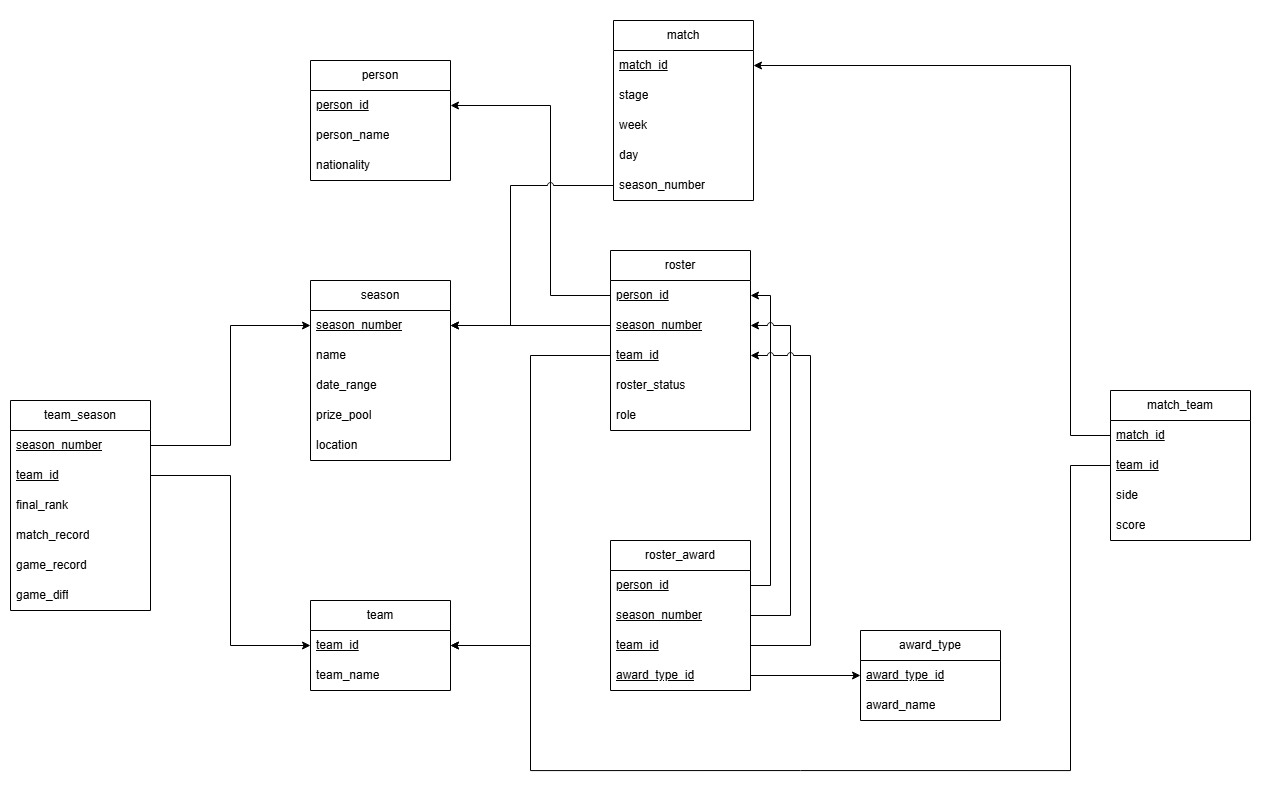
This is Data Storing/design/MPL Database-Model Relasional.png from fawwazazam/TUGAS_SELEKSI_1_13524070, a draw.io export, as it was before one commit. Source tidied: cells renumbered, new cells last; positions are measured from the earlier drawing's top-left corner, leaving out a move shared by most shapes.
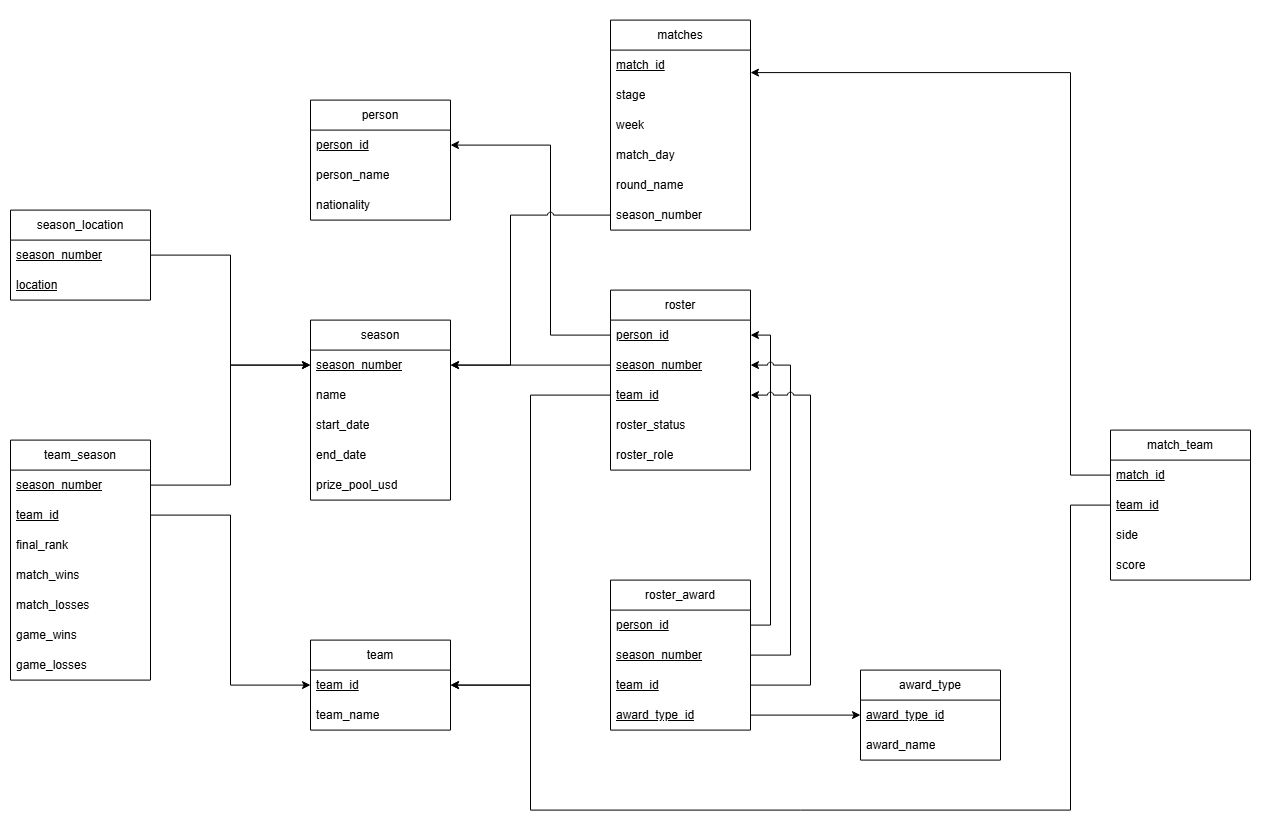
Later version of the same file.

Commit message:
fix: fix ER and relational model diagram

The edit, as a diff of the source:
```diff
@@ -3,13 +3,13 @@
     <mxCell id="0" />
     <mxCell id="1" parent="0" />
     <mxCell id="2" style="group;" parent="1" vertex="1">
-      <mxGeometry x="593" width="160" height="200" as="geometry" />
+      <mxGeometry x="590" y="-40" width="160" height="200" as="geometry" />
     </mxCell>
     <mxCell id="3" style="group;" parent="2" vertex="1">
       <mxGeometry x="10" y="10" width="140" height="180" as="geometry" />
     </mxCell>
-    <mxCell id="4" value="match" style="swimlane;fontStyle=0;horizontal=1;startSize=30;whiteSpace=wrap;html=1;" parent="3" vertex="1">
-      <mxGeometry width="140" height="180" as="geometry" />
+    <mxCell id="4" value="matches" style="swimlane;fontStyle=0;horizontal=1;startSize=30;whiteSpace=wrap;html=1;" parent="3" vertex="1">
+      <mxGeometry width="140" height="210" as="geometry" />
     </mxCell>
     <mxCell id="5" value="&lt;u&gt;match_id&lt;/u&gt;" style="text;strokeColor=none;fillColor=none;align=left;verticalAlign=middle;spacingLeft=4;spacingRight=4;overflow=hidden;whiteSpace=wrap;html=1;" parent="4" vertex="1">
       <mxGeometry y="30" width="140" height="30" as="geometry" />
@@ -20,12 +20,15 @@
     <mxCell id="7" value="week" style="text;strokeColor=none;fillColor=none;align=left;verticalAlign=middle;spacingLeft=4;spacingRight=4;overflow=hidden;whiteSpace=wrap;html=1;" parent="4" vertex="1">
       <mxGeometry y="90" width="140" height="30" as="geometry" />
     </mxCell>
-    <mxCell id="8" value="day" style="text;strokeColor=none;fillColor=none;align=left;verticalAlign=middle;spacingLeft=4;spacingRight=4;overflow=hidden;whiteSpace=wrap;html=1;" parent="4" vertex="1">
+    <mxCell id="8" value="match_day" style="text;strokeColor=none;fillColor=none;align=left;verticalAlign=middle;spacingLeft=4;spacingRight=4;overflow=hidden;whiteSpace=wrap;html=1;" parent="4" vertex="1">
       <mxGeometry y="120" width="140" height="30" as="geometry" />
     </mxCell>
-    <mxCell id="9" value="season_number" style="text;strokeColor=none;fillColor=none;align=left;verticalAlign=middle;spacingLeft=4;spacingRight=4;overflow=hidden;points=[[0,0.5],[1,0.5]];portConstraint=eastwest;whiteSpace=wrap;html=1;" parent="4" vertex="1">
+    <mxCell id="9" value="round_name" style="text;strokeColor=none;fillColor=none;align=left;verticalAlign=middle;spacingLeft=4;spacingRight=4;overflow=hidden;points=[[0,0.5],[1,0.5]];portConstraint=eastwest;whiteSpace=wrap;html=1;" parent="4" vertex="1">
       <mxGeometry y="150" width="140" height="30" as="geometry" />
     </mxCell>
+    <mxCell id="61" value="season_number" style="text;strokeColor=none;fillColor=none;align=left;verticalAlign=middle;spacingLeft=4;spacingRight=4;overflow=hidden;points=[[0,0.5],[1,0.5]];portConstraint=eastwest;whiteSpace=wrap;html=1;" parent="4" vertex="1">
+      <mxGeometry y="180" width="140" height="30" as="geometry" />
+    </mxCell>
     <mxCell id="10" value="award_type" style="swimlane;fontStyle=0;horizontal=1;startSize=30;whiteSpace=wrap;html=1;" parent="1" vertex="1">
       <mxGeometry x="850" y="620" width="140" height="90" as="geometry" />
     </mxCell>
@@ -44,13 +47,13 @@
     <mxCell id="15" value="name" style="text;strokeColor=none;fillColor=none;align=left;verticalAlign=middle;spacingLeft=4;spacingRight=4;overflow=hidden;whiteSpace=wrap;html=1;" parent="13" vertex="1">
       <mxGeometry y="60" width="140" height="30" as="geometry" />
     </mxCell>
-    <mxCell id="16" value="date_range" style="text;strokeColor=none;fillColor=none;align=left;verticalAlign=middle;spacingLeft=4;spacingRight=4;overflow=hidden;whiteSpace=wrap;html=1;" parent="13" vertex="1">
+    <mxCell id="16" value="start_date" style="text;strokeColor=none;fillColor=none;align=left;verticalAlign=middle;spacingLeft=4;spacingRight=4;overflow=hidden;whiteSpace=wrap;html=1;" parent="13" vertex="1">
       <mxGeometry y="90" width="140" height="30" as="geometry" />
     </mxCell>
-    <mxCell id="17" value="prize_pool" style="text;strokeColor=none;fillColor=none;align=left;verticalAlign=middle;spacingLeft=4;spacingRight=4;overflow=hidden;whiteSpace=wrap;html=1;" parent="13" vertex="1">
+    <mxCell id="17" value="end_date" style="text;strokeColor=none;fillColor=none;align=left;verticalAlign=middle;spacingLeft=4;spacingRight=4;overflow=hidden;whiteSpace=wrap;html=1;" parent="13" vertex="1">
       <mxGeometry y="120" width="140" height="30" as="geometry" />
     </mxCell>
-    <mxCell id="18" value="location" style="text;strokeColor=none;fillColor=none;align=left;verticalAlign=middle;spacingLeft=4;spacingRight=4;overflow=hidden;whiteSpace=wrap;html=1;" parent="13" vertex="1">
+    <mxCell id="18" value="prize_pool_usd" style="text;strokeColor=none;fillColor=none;align=left;verticalAlign=middle;spacingLeft=4;spacingRight=4;overflow=hidden;whiteSpace=wrap;html=1;" parent="13" vertex="1">
       <mxGeometry y="150" width="140" height="30" as="geometry" />
     </mxCell>
     <mxCell id="19" value="team" style="swimlane;fontStyle=0;horizontal=1;startSize=30;whiteSpace=wrap;html=1;" parent="1" vertex="1">
@@ -78,7 +81,7 @@
       <mxGeometry relative="1" as="geometry" />
     </mxCell>
     <mxCell id="27" value="team_season" style="swimlane;fontStyle=0;horizontal=1;startSize=30;whiteSpace=wrap;html=1;" parent="1" vertex="1">
-      <mxGeometry y="390" width="140" height="210" as="geometry" />
+      <mxGeometry y="390" width="140" height="240" as="geometry" />
     </mxCell>
     <mxCell id="28" value="&lt;u&gt;season_number&lt;/u&gt;" style="text;strokeColor=none;fillColor=none;align=left;verticalAlign=middle;spacingLeft=4;spacingRight=4;overflow=hidden;points=[[0,0.5],[1,0.5]];portConstraint=eastwest;whiteSpace=wrap;html=1;" parent="27" vertex="1">
       <mxGeometry y="30" width="140" height="30" as="geometry" />
@@ -89,15 +92,18 @@
     <mxCell id="30" value="final_rank" style="text;strokeColor=none;fillColor=none;align=left;verticalAlign=middle;spacingLeft=4;spacingRight=4;overflow=hidden;whiteSpace=wrap;html=1;" parent="27" vertex="1">
       <mxGeometry y="90" width="140" height="30" as="geometry" />
     </mxCell>
-    <mxCell id="31" value="match_record" style="text;strokeColor=none;fillColor=none;align=left;verticalAlign=middle;spacingLeft=4;spacingRight=4;overflow=hidden;whiteSpace=wrap;html=1;" parent="27" vertex="1">
+    <mxCell id="31" value="match_wins" style="text;strokeColor=none;fillColor=none;align=left;verticalAlign=middle;spacingLeft=4;spacingRight=4;overflow=hidden;whiteSpace=wrap;html=1;" parent="27" vertex="1">
       <mxGeometry y="120" width="140" height="30" as="geometry" />
     </mxCell>
-    <mxCell id="32" value="game_record" style="text;strokeColor=none;fillColor=none;align=left;verticalAlign=middle;spacingLeft=4;spacingRight=4;overflow=hidden;whiteSpace=wrap;html=1;" parent="27" vertex="1">
+    <mxCell id="32" value="match_losses" style="text;strokeColor=none;fillColor=none;align=left;verticalAlign=middle;spacingLeft=4;spacingRight=4;overflow=hidden;whiteSpace=wrap;html=1;" parent="27" vertex="1">
       <mxGeometry y="150" width="140" height="30" as="geometry" />
     </mxCell>
-    <mxCell id="33" value="game_diff" style="text;strokeColor=none;fillColor=none;align=left;verticalAlign=middle;spacingLeft=4;spacingRight=4;overflow=hidden;whiteSpace=wrap;html=1;" parent="27" vertex="1">
+    <mxCell id="33" value="game_wins" style="text;strokeColor=none;fillColor=none;align=left;verticalAlign=middle;spacingLeft=4;spacingRight=4;overflow=hidden;whiteSpace=wrap;html=1;" parent="27" vertex="1">
       <mxGeometry y="180" width="140" height="30" as="geometry" />
     </mxCell>
+    <mxCell id="62" value="game_losses" style="text;strokeColor=none;fillColor=none;align=left;verticalAlign=middle;spacingLeft=4;spacingRight=4;overflow=hidden;whiteSpace=wrap;html=1;" parent="27" vertex="1">
+      <mxGeometry y="210" width="140" height="30" as="geometry" />
+    </mxCell>
     <mxCell id="34" style="edgeStyle=orthogonalEdgeStyle;rounded=0;jettySize=auto;html=1;exitX=0;exitY=0.5;exitDx=0;exitDy=0;entryX=1;entryY=0.5;entryDx=0;entryDy=0;" parent="1" edge="1" source="35" target="19">
       <mxGeometry relative="1" as="geometry">
         <Array as="points">
@@ -199,13 +205,13 @@
     <mxCell id="57" value="roster_status" style="text;strokeColor=none;fillColor=none;align=left;verticalAlign=middle;spacingLeft=4;spacingRight=4;overflow=hidden;whiteSpace=wrap;html=1;" parent="53" vertex="1">
       <mxGeometry y="120" width="140" height="30" as="geometry" />
     </mxCell>
-    <mxCell id="58" value="role" style="text;strokeColor=none;fillColor=none;align=left;verticalAlign=middle;spacingLeft=4;spacingRight=4;overflow=hidden;whiteSpace=wrap;html=1;" parent="53" vertex="1">
+    <mxCell id="58" value="roster_role" style="text;strokeColor=none;fillColor=none;align=left;verticalAlign=middle;spacingLeft=4;spacingRight=4;overflow=hidden;whiteSpace=wrap;html=1;" parent="53" vertex="1">
       <mxGeometry y="150" width="140" height="30" as="geometry" />
     </mxCell>
-    <mxCell id="59" style="edgeStyle=orthogonalEdgeStyle;rounded=0;jettySize=auto;html=1;exitX=0;exitY=0.5;exitDx=0;exitDy=0;entryX=1;entryY=0.25;entryDx=0;entryDy=0;jumpStyle=arc;" parent="1" edge="1" source="9" target="13">
+    <mxCell id="59" style="edgeStyle=orthogonalEdgeStyle;rounded=0;jettySize=auto;html=1;entryX=1;entryY=0.25;entryDx=0;entryDy=0;jumpStyle=arc;exitX=0;exitY=0.5;exitDx=0;exitDy=0;" parent="1" edge="1" source="61" target="13">
       <mxGeometry relative="1" as="geometry">
         <Array as="points">
-          <mxPoint x="500" y="175" />
+          <mxPoint x="500" y="165" />
           <mxPoint x="500" y="315" />
         </Array>
       </mxGeometry>
@@ -213,10 +219,22 @@
     <mxCell id="60" style="edgeStyle=orthogonalEdgeStyle;rounded=0;jettySize=auto;html=1;exitX=0;exitY=0.5;exitDx=0;exitDy=0;entryX=1;entryY=0.25;entryDx=0;entryDy=0;" parent="1" edge="1" source="36" target="4">
       <mxGeometry relative="1" as="geometry">
         <Array as="points">
-          <mxPoint x="1060.1" y="425.1" />
-          <mxPoint x="1060.1" y="55.1" />
+          <mxPoint x="1060" y="425" />
+          <mxPoint x="1060" y="22.5" />
         </Array>
       </mxGeometry>
     </mxCell>
+    <mxCell id="63" style="edgeStyle=orthogonalEdgeStyle;rounded=0;jettySize=auto;html=1;exitX=1;exitY=0.5;exitDx=0;exitDy=0;entryX=0;entryY=0.25;entryDx=0;entryDy=0;" parent="1" edge="1" source="64" target="13">
+      <mxGeometry relative="1" as="geometry" />
+    </mxCell>
+    <mxCell id="64" value="season_location" style="swimlane;fontStyle=0;horizontal=1;startSize=30;whiteSpace=wrap;html=1;" parent="1" vertex="1">
+      <mxGeometry y="160" width="140" height="90" as="geometry" />
+    </mxCell>
+    <mxCell id="65" value="&lt;u&gt;season_number&lt;/u&gt;" style="text;strokeColor=none;fillColor=none;align=left;verticalAlign=middle;spacingLeft=4;spacingRight=4;overflow=hidden;whiteSpace=wrap;html=1;" parent="64" vertex="1">
+      <mxGeometry y="30" width="140" height="30" as="geometry" />
+    </mxCell>
+    <mxCell id="66" value="&lt;u&gt;location&lt;/u&gt;" style="text;strokeColor=none;fillColor=none;align=left;verticalAlign=middle;spacingLeft=4;spacingRight=4;overflow=hidden;whiteSpace=wrap;html=1;" parent="64" vertex="1">
+      <mxGeometry y="60" width="140" height="30" as="geometry" />
+    </mxCell>
   </root>
 </mxGraphModel>
```
